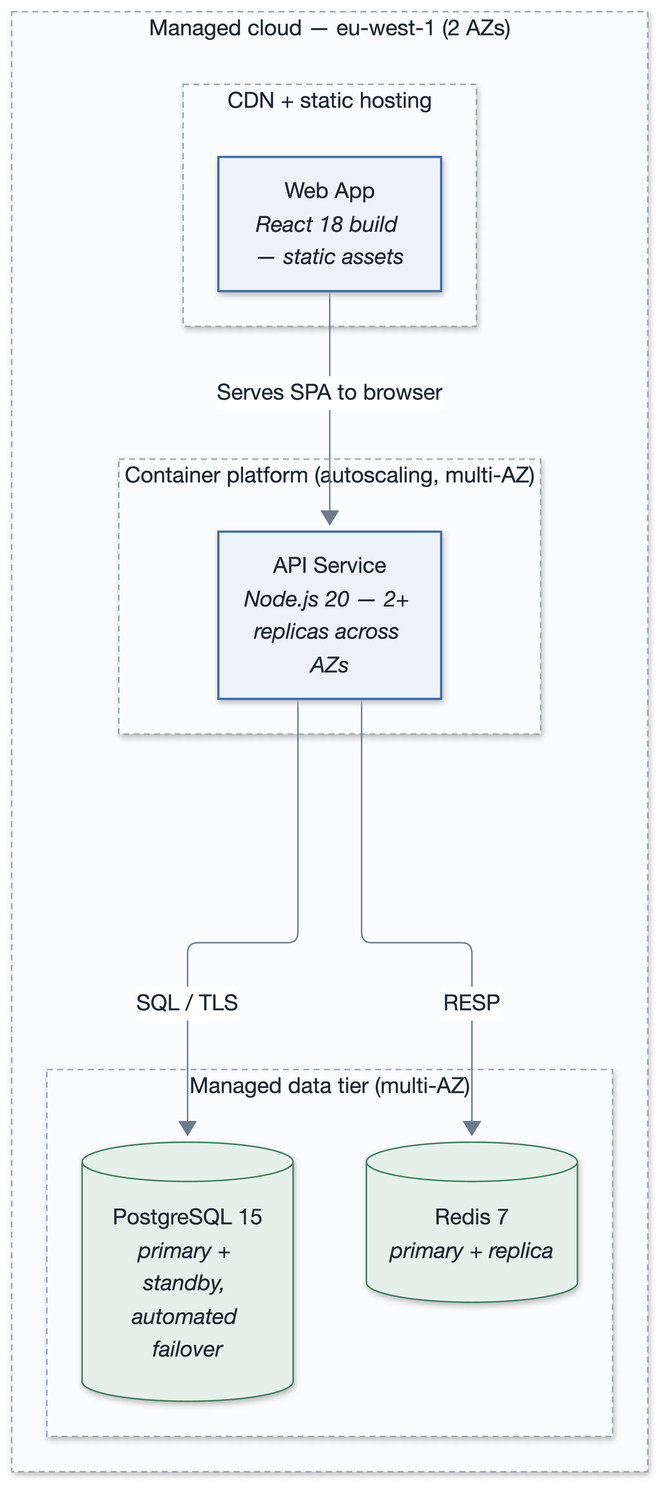
Before: examples/personal-finance-tracker-mermaid/diagrams/deployment.png, a diagram exported from PlantUML (rtym/sei-architecture-methodology). Its source is kept beside it as examples/personal-finance-tracker-plantuml/add/diagrams/deployment.puml.
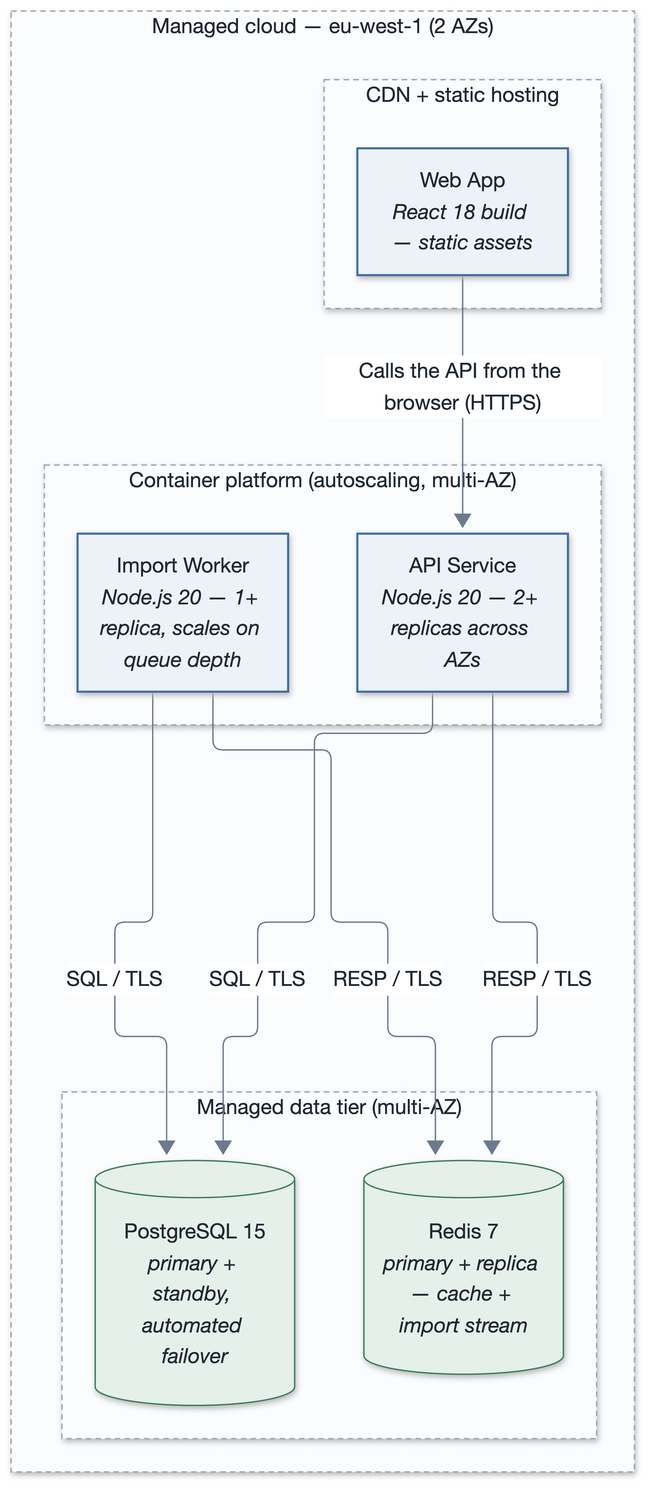
After the commit.

Change to the diagram source:
```diff
@@ -9,13 +9,16 @@
   }
   Deployment_Node(run, "Container platform", "Autoscaling, multi-AZ") {
     Container(api, "API Service", "Node.js 20", "2+ replicas across AZs, stateless")
+    Container(worker, "Import Worker", "Node.js 20", "1+ replica; scales on queue depth")
   }
   Deployment_Node(data, "Managed data tier", "Multi-AZ") {
     ContainerDb(db, "PostgreSQL 15", "Primary + standby", "Automated failover")
-    ContainerDb(cache, "Redis 7", "Primary + replica", "Derived data only")
+    ContainerDb(cache, "Redis 7", "Primary + replica", "Read cache and import stream; not a system of record")
   }
 }
-Rel(spa, api, "Serves SPA to browser", "HTTPS")
+Rel(spa, api, "Calls the API from the browser", "HTTPS")
 Rel(api, db, "Reads / writes", "SQL/TLS")
-Rel(api, cache, "Reads / invalidates", "RESP")
+Rel(api, cache, "Reads / invalidates; enqueues imports", "RESP/TLS")
+Rel(worker, cache, "Consumes import jobs", "RESP/TLS")
+Rel(worker, db, "Bulk-inserts transactions", "SQL/TLS")
 @enduml
```
